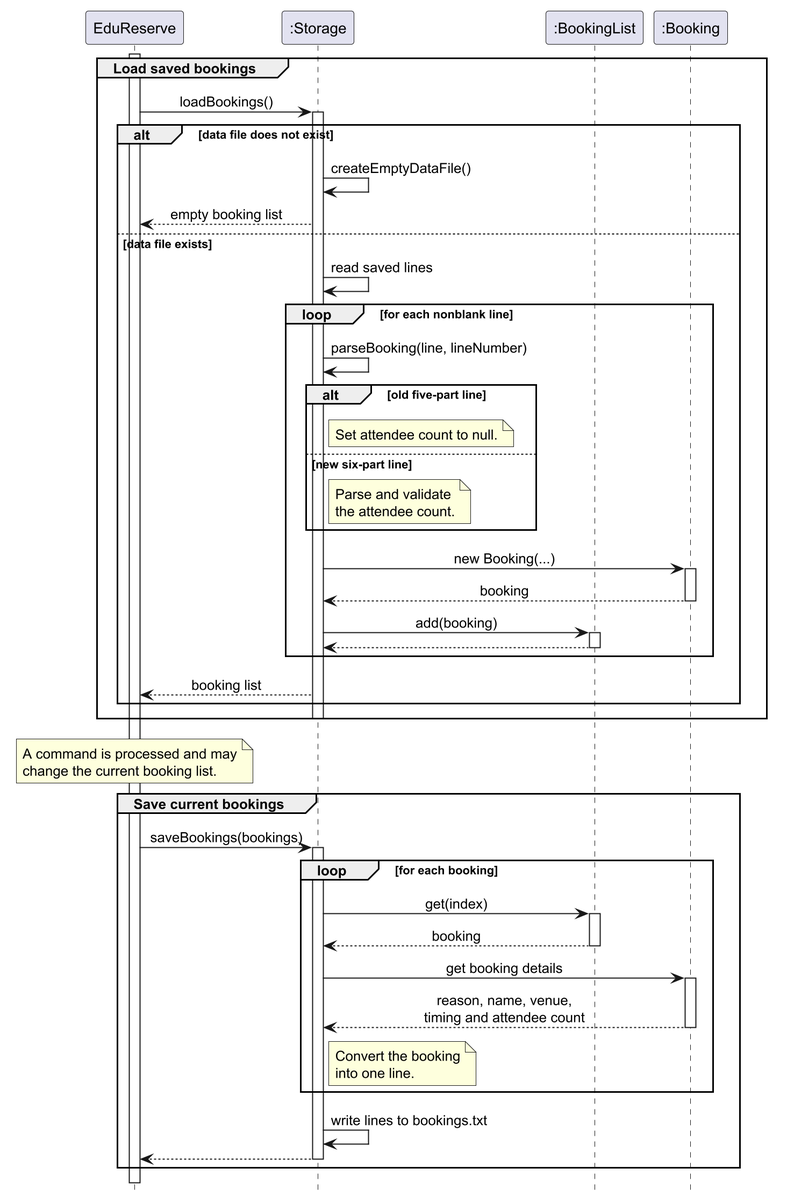
The PlantUML diagram docs/UMLDiagrams/StorageSequenceDiagram.png in AY2627S1-CS2113-W14-2/tp, before a commit. The source it was exported from:
```plantuml
@startuml
scale 2
skinparam sequenceMessageAlign center
hide footbox

participant "EduReserve" as App
participant ":Storage" as Storage
participant ":BookingList" as Bookings
participant ":Booking" as Booking

activate App

group Load saved bookings
    App -> Storage: loadBookings()
    activate Storage

    alt data file does not exist
        Storage -> Storage: createEmptyDataFile()
        Storage --> App: empty booking list
    else data file exists
        Storage -> Storage: read saved lines

        loop for each nonblank line
            Storage -> Storage: parseBooking(line, lineNumber)

            alt old five-part line
                note right of Storage
                    Set attendee count to null.
                end note
            else new six-part line
                note right of Storage
                    Parse and validate
                    the attendee count.
                end note
            end

            Storage -> Booking: new Booking(...)
            activate Booking
            Booking --> Storage: booking
            deactivate Booking

            Storage -> Bookings: add(booking)
            activate Bookings
            Bookings --> Storage
            deactivate Bookings
        end

        Storage --> App: booking list
    end

    deactivate Storage
end

note over App
    A command is processed and may
    change the current booking list.
end note

group Save current bookings
    App -> Storage: saveBookings(bookings)
    activate Storage

    loop for each booking
        Storage -> Bookings: get(index)
        activate Bookings
        Bookings --> Storage: booking
        deactivate Bookings

        Storage -> Booking: get booking details
        activate Booking
        Booking --> Storage: reason, name, venue,\ntiming and attendee count
        deactivate Booking

        note right of Storage
            Convert the booking
            into one line.
        end note
    end

    Storage -> Storage: write lines to bookings.txt
    Storage --> App
    deactivate Storage
end

deactivate App
@enduml
```
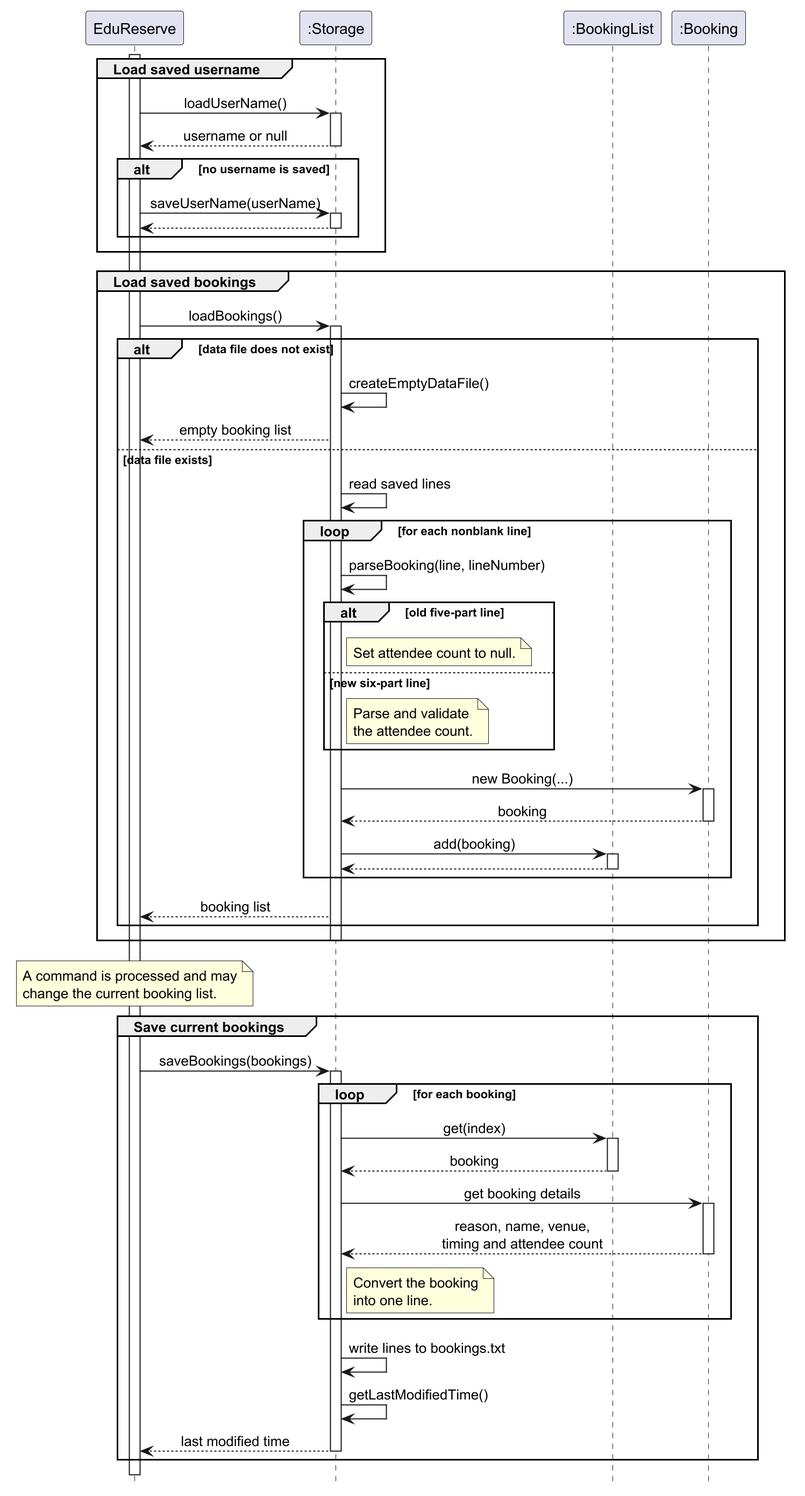
After the change.

Commit message:
Store username and save time

Change to the diagram source:
```diff
@@ -9,6 +9,21 @@
 participant ":Booking" as Booking
 
 activate App
+
+group Load saved username
+    App -> Storage: loadUserName()
+    activate Storage
+
+    Storage --> App: username or null
+    deactivate Storage
+
+    alt no username is saved
+        App -> Storage: saveUserName(userName)
+        activate Storage
+        Storage --> App
+        deactivate Storage
+    end
+end
 
 group Load saved bookings
     App -> Storage: loadBookings()
@@ -78,7 +93,8 @@
     end
 
     Storage -> Storage: write lines to bookings.txt
-    Storage --> App
+    Storage -> Storage: getLastModifiedTime()
+    Storage --> App: last modified time
     deactivate Storage
 end
 
```
